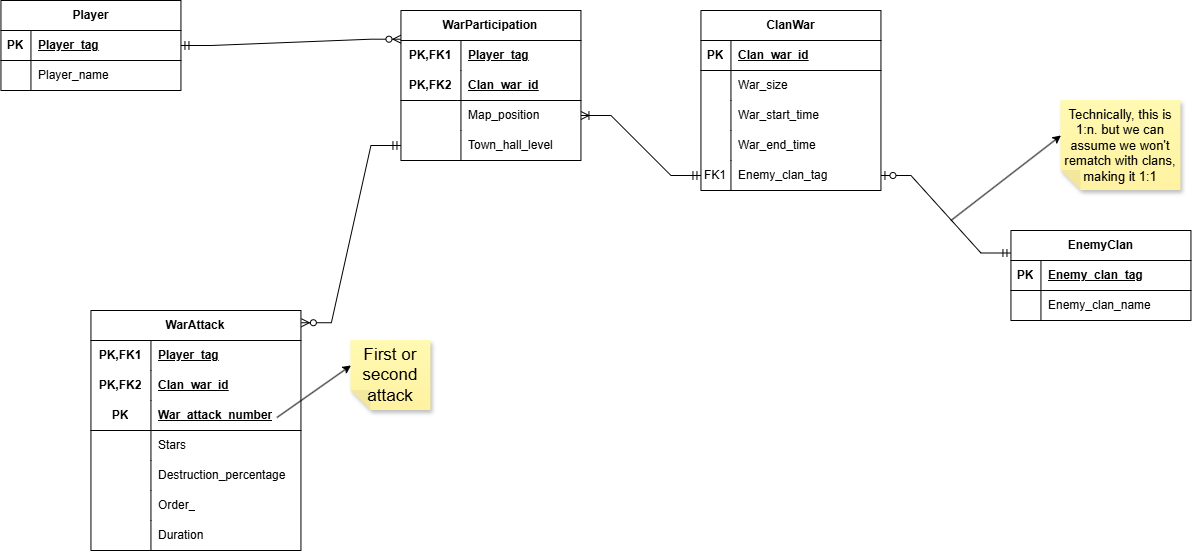
This is DatabaseResources/ER.drawio.png from Tyeres/coc-war-analytics, a draw.io export, as it was before one commit. Source tidied: cells renumbered, new cells last; positions are measured from the earlier drawing's top-left corner, leaving out a move shared by most shapes.
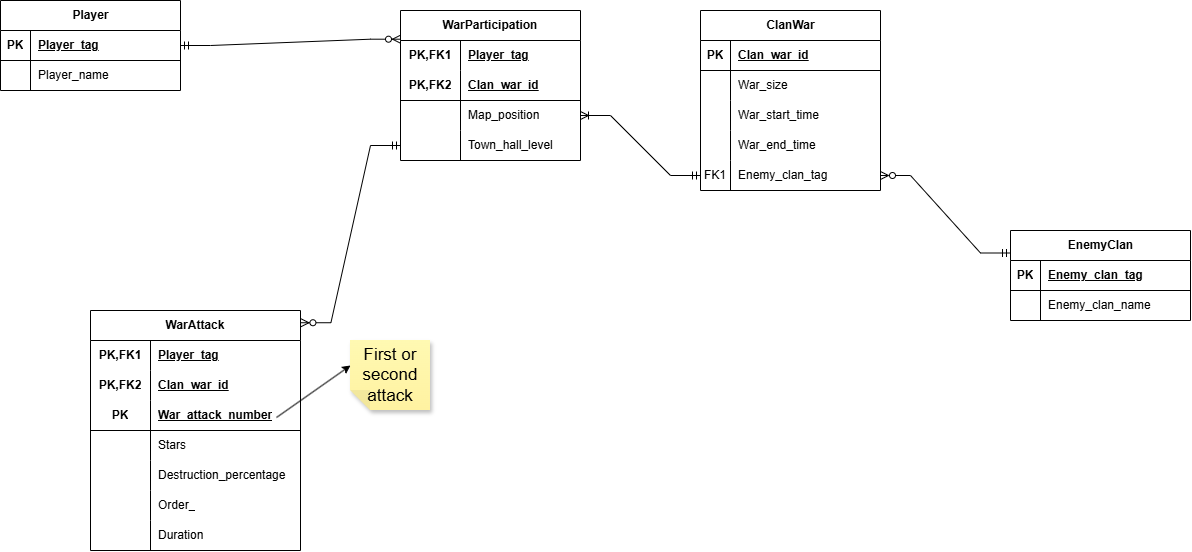
After the commit.

Commit message:
updateEnemyClan method created. Comments added, and previous SQL statements fixed. ER diagram slightly modified.

Diff of the diagram source:
```diff
@@ -192,14 +192,6 @@
     <mxCell id="63" style="edgeStyle=entityRelationEdgeStyle;fontSize=12;html=1;endArrow=ERzeroToMany;startArrow=ERmandOne;rounded=0;entryX=1.002;entryY=0.051;entryDx=0;entryDy=0;entryPerimeter=0;exitX=0;exitY=0.5;exitDx=0;exitDy=0;" parent="1" edge="1" source="20" target="39">
       <mxGeometry relative="1" as="geometry" />
     </mxCell>
-    <mxCell id="64" value="Technically, this is 1:n. but we can assume we won't rematch with clans, making it 1:1" style="shape=note;whiteSpace=wrap;html=1;backgroundOutline=1;fontColor=#000000;darkOpacity=0.05;fillColor=#FFF9B2;strokeColor=none;fillStyle=solid;direction=west;gradientDirection=north;gradientColor=#FFF2A1;shadow=1;size=20;autosizeText=1;fontSize=13;" parent="1" vertex="1">
-      <mxGeometry x="1060" y="100" width="120" height="90" as="geometry" />
-    </mxCell>
-    <mxCell id="65" style="endArrow=classic;html=1;rounded=0;entryX=0;entryY=0;entryDx=120;entryDy=55;entryPerimeter=0;" parent="1" edge="1" target="64">
-      <mxGeometry relative="1" as="geometry">
-        <mxPoint x="950" y="220" as="sourcePoint" />
-      </mxGeometry>
-    </mxCell>
     <mxCell id="66" style="edgeStyle=entityRelationEdgeStyle;fontSize=12;html=1;endArrow=ERoneToMany;startArrow=ERmandOne;rounded=0;exitX=0;exitY=0.5;exitDx=0;exitDy=0;entryX=1;entryY=0.5;entryDx=0;entryDy=0;" parent="1" edge="1" source="36" target="17">
       <mxGeometry relative="1" as="geometry" />
     </mxCell>
@@ -224,7 +216,7 @@
     <mxCell id="73" value="Enemy_clan_name" style="shape=partialRectangle;fillColor=none;top=0;left=0;bottom=0;right=0;align=left;spacingLeft=6;overflow=hidden;whiteSpace=wrap;html=1;" parent="71" vertex="1">
       <mxGeometry x="30" width="150" height="30" as="geometry" />
     </mxCell>
-    <mxCell id="74" style="edgeStyle=entityRelationEdgeStyle;fontSize=12;html=1;endArrow=ERzeroToOne;startArrow=ERmandOne;rounded=0;entryX=1;entryY=0.5;entryDx=0;entryDy=0;exitX=0;exitY=0.25;exitDx=0;exitDy=0;" parent="1" edge="1" source="67" target="36">
+    <mxCell id="74" style="edgeStyle=entityRelationEdgeStyle;fontSize=12;html=1;endArrow=ERzeroToMany;startArrow=ERmandOne;rounded=0;entryX=1;entryY=0.5;entryDx=0;entryDy=0;exitX=0;exitY=0.25;exitDx=0;exitDy=0;endFill=0;" parent="1" edge="1" source="67" target="36">
       <mxGeometry relative="1" as="geometry" />
     </mxCell>
   </root>
```
